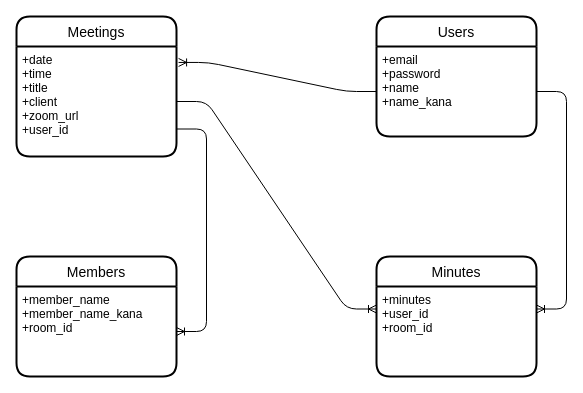
kogureya/meetinglist keeps this draw.io diagram as meeting.dio. Above is the earlier version. Source tidied: cells renumbered, new cells numbered last; positions are measured from the earlier drawing's top-left corner, leaving out a move shared by most shapes. Both pictures are drawn from the tidied source at 100%, with x=0, y=0 at pixel (16, 16).
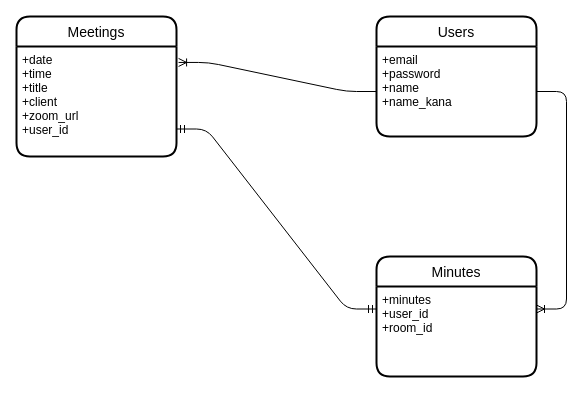
The same page after the edit.

Commit message (it also covers changes not shown here):
テーブル設計変更

The edit, as a diff of the source:
```diff
@@
 <mxGraphModel>
   <root>
     <mxCell id="0" />
     <mxCell id="1" parent="0" />
     <mxCell id="2" value="Meetings" style="swimlane;horizontal=1;startSize=30;rounded=1;fontSize=14;fontStyle=0;strokeWidth=2;shadow=0;dashed=0;align=center;" parent="1" vertex="1">
       <mxGeometry width="160" height="140" as="geometry" />
     </mxCell>
     <mxCell id="3" value="+date&#10;+time&#10;+title&#10;+client&#10;+zoom_url&#10;+user_id" style="align=left;strokeColor=none;fillColor=none;spacingLeft=4;fontSize=12;verticalAlign=top;" parent="2" vertex="1">
       <mxGeometry y="30" width="160" height="110" as="geometry" />
     </mxCell>
     <mxCell id="4" value="Users" style="swimlane;horizontal=1;startSize=30;rounded=1;fontSize=14;fontStyle=0;strokeWidth=2;shadow=0;dashed=0;align=center;" parent="1" vertex="1">
       <mxGeometry x="360" width="160" height="120" as="geometry" />
     </mxCell>
     <mxCell id="5" value="+email&#10;+password&#10;+name&#10;+name_kana" style="align=left;strokeColor=none;fillColor=none;spacingLeft=4;fontSize=12;verticalAlign=top;" parent="4" vertex="1">
       <mxGeometry y="30" width="160" height="90" as="geometry" />
     </mxCell>
-    <mxCell id="6" value="Members" style="swimlane;horizontal=1;startSize=30;rounded=1;fontSize=14;fontStyle=0;strokeWidth=2;shadow=0;dashed=0;align=center;" parent="1" vertex="1">
-      <mxGeometry y="240" width="160" height="120" as="geometry" />
-    </mxCell>
-    <mxCell id="7" value="+member_name&#10;+member_name_kana&#10;+room_id" style="align=left;strokeColor=none;fillColor=none;spacingLeft=4;fontSize=12;verticalAlign=top;" parent="6" vertex="1">
-      <mxGeometry y="30" width="160" height="90" as="geometry" />
-    </mxCell>
     <mxCell id="8" value="Minutes" style="swimlane;horizontal=1;startSize=30;rounded=1;fontSize=14;fontStyle=0;strokeWidth=2;shadow=0;dashed=0;align=center;" parent="1" vertex="1">
       <mxGeometry x="360" y="240" width="160" height="120" as="geometry" />
     </mxCell>
     <mxCell id="9" value="+minutes&#10;+user_id&#10;+room_id&#10;" style="align=left;strokeColor=none;fillColor=none;spacingLeft=4;fontSize=12;verticalAlign=top;" parent="8" vertex="1">
       <mxGeometry y="30" width="160" height="90" as="geometry" />
     </mxCell>
-    <mxCell id="10" style="edgeStyle=entityRelationEdgeStyle;fontSize=12;html=1;endArrow=ERoneToMany;entryX=1;entryY=0.5;entryDx=0;entryDy=0;exitX=1;exitY=0.75;exitDx=0;exitDy=0;" parent="1" edge="1" source="3" target="7">
-      <mxGeometry relative="1" as="geometry" />
-    </mxCell>
-    <mxCell id="11" style="edgeStyle=entityRelationEdgeStyle;fontSize=12;html=1;endArrow=ERoneToMany;exitX=1;exitY=0.5;exitDx=0;exitDy=0;entryX=0;entryY=0.25;entryDx=0;entryDy=0;" parent="1" edge="1" source="3" target="9">
-      <mxGeometry relative="1" as="geometry" />
-    </mxCell>
     <mxCell id="12" style="edgeStyle=entityRelationEdgeStyle;fontSize=12;html=1;endArrow=ERoneToMany;exitX=0;exitY=0.5;exitDx=0;exitDy=0;entryX=1.013;entryY=0.145;entryDx=0;entryDy=0;entryPerimeter=0;" parent="1" edge="1" source="5" target="3">
       <mxGeometry relative="1" as="geometry" />
     </mxCell>
     <mxCell id="13" style="edgeStyle=entityRelationEdgeStyle;fontSize=12;html=1;endArrow=ERoneToMany;entryX=1;entryY=0.25;entryDx=0;entryDy=0;exitX=1;exitY=0.5;exitDx=0;exitDy=0;" parent="1" edge="1" source="5" target="9">
       <mxGeometry relative="1" as="geometry" />
     </mxCell>
+    <mxCell id="11" style="edgeStyle=entityRelationEdgeStyle;fontSize=12;html=1;endArrow=ERmandOne;startArrow=ERmandOne;exitX=1;exitY=0.75;exitDx=0;exitDy=0;entryX=0;entryY=0.25;entryDx=0;entryDy=0;" parent="1" edge="1" source="3" target="9">
+      <mxGeometry relative="1" as="geometry" />
+    </mxCell>
   </root>
 </mxGraphModel>
```
